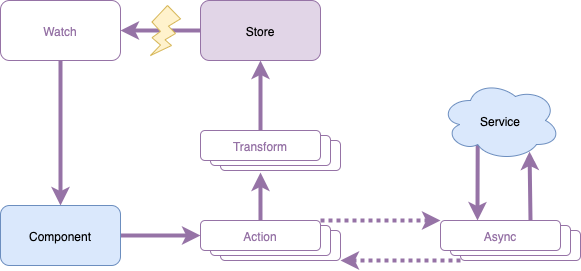
Warrenn/yamsm keeps this draw.io diagram as StateFlow.png. Above is the earlier version. Source tidied: cells renumbered, new cells last; positions are measured from the earlier drawing's top-left corner, leaving out a move shared by most shapes.
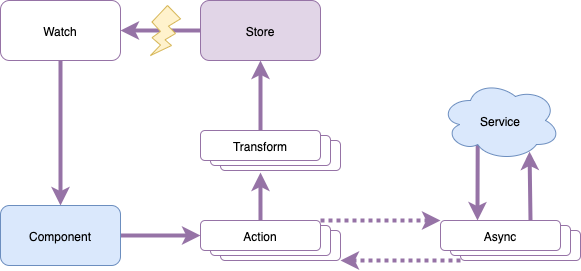
After the change.

Commit message:
made picture black

The edit, as a diff of the source:
```diff
@@ -11,7 +11,7 @@
     <mxCell id="4" style="rounded=1;whiteSpace=wrap;html=1;fontColor=#FF00FF;strokeColor=#9673A6;" parent="2" vertex="1">
       <mxGeometry x="10" y="5" width="120" height="30" as="geometry" />
     </mxCell>
-    <mxCell id="5" value="&lt;font color=&quot;#9673a6&quot;&gt;Transform&lt;/font&gt;" style="rounded=1;whiteSpace=wrap;html=1;fontColor=#B85450;strokeColor=#9673A6;" parent="2" vertex="1">
+    <mxCell id="5" value="&lt;font color=&quot;#000000&quot;&gt;Transform&lt;/font&gt;" style="rounded=1;whiteSpace=wrap;html=1;fontColor=#B85450;strokeColor=#9673A6;" parent="2" vertex="1">
       <mxGeometry width="120" height="30" as="geometry" />
     </mxCell>
     <mxCell id="6" style="group;fontColor=#9673A6;strokeColor=none;" parent="1" vertex="1">
@@ -23,7 +23,7 @@
     <mxCell id="8" style="rounded=1;whiteSpace=wrap;html=1;strokeColor=#9673A6;" parent="6" vertex="1">
       <mxGeometry x="10" y="5" width="120" height="30" as="geometry" />
     </mxCell>
-    <mxCell id="9" value="&lt;font color=&quot;#9673a6&quot;&gt;Action&lt;/font&gt;" style="rounded=1;whiteSpace=wrap;html=1;strokeColor=#9673A6;" parent="6" vertex="1">
+    <mxCell id="9" value="Action" style="rounded=1;whiteSpace=wrap;html=1;strokeColor=#9673A6;" parent="6" vertex="1">
       <mxGeometry width="120" height="30" as="geometry" />
     </mxCell>
     <mxCell id="10" style="group;fontColor=#9673A6;" parent="1" vertex="1">
@@ -38,7 +38,7 @@
     <mxCell id="13" style="rounded=1;whiteSpace=wrap;html=1;fontColor=#9673A6;strokeColor=#9673A6;" parent="11" vertex="1">
       <mxGeometry x="10" y="5" width="120" height="30" as="geometry" />
     </mxCell>
-    <mxCell id="14" value="Async" style="rounded=1;whiteSpace=wrap;html=1;fontColor=#9673A6;strokeColor=#9673A6;" parent="11" vertex="1">
+    <mxCell id="14" value="&lt;font color=&quot;#000000&quot;&gt;Async&lt;/font&gt;" style="rounded=1;whiteSpace=wrap;html=1;fontColor=#9673A6;strokeColor=#9673A6;" parent="11" vertex="1">
       <mxGeometry width="120" height="30" as="geometry" />
     </mxCell>
     <mxCell id="15" style="edgeStyle=none;rounded=0;orthogonalLoop=1;jettySize=auto;html=1;exitX=0.75;exitY=0;exitDx=0;exitDy=0;shadow=0;dashed=1;dashPattern=1 1;strokeColor=#000000;strokeWidth=4;fontColor=#9673A6;" parent="11" edge="1" source="14" target="14">
@@ -65,7 +65,7 @@
     <mxCell id="22" style="edgeStyle=none;rounded=0;jettySize=auto;html=1;shadow=0;strokeColor=#9673A6;strokeWidth=4;" parent="1" edge="1" source="23" target="25">
       <mxGeometry relative="1" as="geometry" />
     </mxCell>
-    <mxCell id="23" value="&lt;font color=&quot;#9673a6&quot;&gt;Watch&lt;/font&gt;" style="rounded=1;whiteSpace=wrap;html=1;strokeColor=#9673A6;fontColor=#B85450;" parent="1" vertex="1">
+    <mxCell id="23" value="&lt;font color=&quot;#000000&quot;&gt;Watch&lt;/font&gt;" style="rounded=1;whiteSpace=wrap;html=1;strokeColor=#9673A6;fontColor=#B85450;" parent="1" vertex="1">
       <mxGeometry width="120" height="60" as="geometry" />
     </mxCell>
     <mxCell id="24" style="edgeStyle=none;rounded=0;jettySize=auto;html=1;shadow=0;strokeColor=#9673A6;strokeWidth=4;" parent="1" edge="1" source="25" target="9">
```
